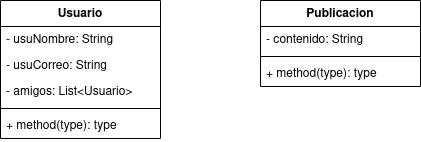
The draw.io diagram ejercicio1/diagram/ejercicio1-maxi.png in mackstm/examen-ets, before a commit. Source tidied: cells renumbered, new cells last; positions are measured from the earlier drawing's top-left corner, leaving out a move shared by most shapes.
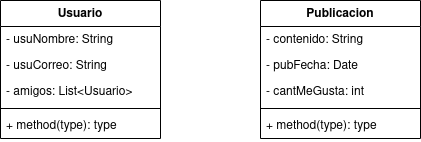
After the change.

The edit, as a diff of the source:
```diff
@@ -21,16 +21,22 @@
       <mxGeometry y="112" width="160" height="26" as="geometry" />
     </mxCell>
     <mxCell id="8" value="Publicacion" style="swimlane;fontStyle=1;align=center;verticalAlign=top;horizontal=1;startSize=26;whiteSpace=wrap;html=1;" parent="1" vertex="1">
-      <mxGeometry x="260" width="160" height="86" as="geometry" />
+      <mxGeometry x="260" width="160" height="138" as="geometry" />
     </mxCell>
     <mxCell id="9" value="- contenido: String" style="text;strokeColor=none;fillColor=none;align=left;verticalAlign=top;spacingLeft=4;spacingRight=4;overflow=hidden;whiteSpace=wrap;html=1;" parent="8" vertex="1">
       <mxGeometry y="26" width="160" height="26" as="geometry" />
     </mxCell>
+    <mxCell id="12" value="- pubFecha: Date" style="text;strokeColor=none;fillColor=none;align=left;verticalAlign=top;spacingLeft=4;spacingRight=4;overflow=hidden;whiteSpace=wrap;html=1;" parent="8" vertex="1">
+      <mxGeometry y="52" width="160" height="26" as="geometry" />
+    </mxCell>
+    <mxCell id="13" value="- cantMeGusta: int" style="text;strokeColor=none;fillColor=none;align=left;verticalAlign=top;spacingLeft=4;spacingRight=4;overflow=hidden;whiteSpace=wrap;html=1;" parent="8" vertex="1">
+      <mxGeometry y="78" width="160" height="26" as="geometry" />
+    </mxCell>
     <mxCell id="10" style="line;strokeWidth=1;fillColor=none;align=left;verticalAlign=middle;spacingTop=-1;spacingLeft=3;spacingRight=3;labelPosition=right;strokeColor=inherit;" parent="8" vertex="1">
-      <mxGeometry y="52" width="160" height="8" as="geometry" />
+      <mxGeometry y="104" width="160" height="8" as="geometry" />
     </mxCell>
     <mxCell id="11" value="+ method(type): type" style="text;strokeColor=none;fillColor=none;align=left;verticalAlign=top;spacingLeft=4;spacingRight=4;overflow=hidden;whiteSpace=wrap;html=1;" parent="8" vertex="1">
-      <mxGeometry y="60" width="160" height="26" as="geometry" />
+      <mxGeometry y="112" width="160" height="26" as="geometry" />
     </mxCell>
   </root>
 </mxGraphModel>
```
